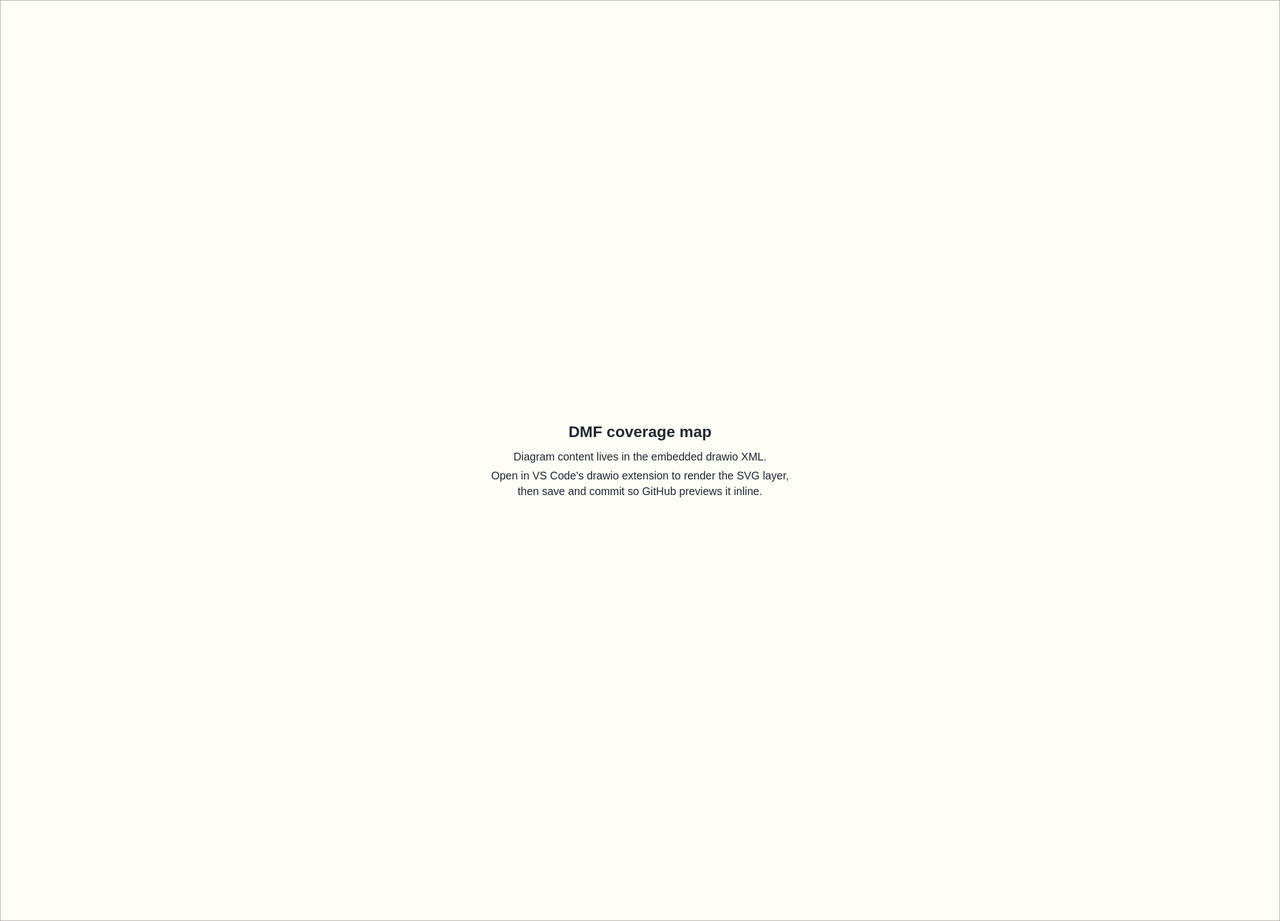
Before: docs/diagrams/dmf-coverage.drawio.svg, a diagram exported from draw.io (qvest-digital/mxl-k8s). Source tidied: cells renumbered, new cells last; positions are measured from the earlier drawing's top-left corner, leaving out a move shared by most shapes.
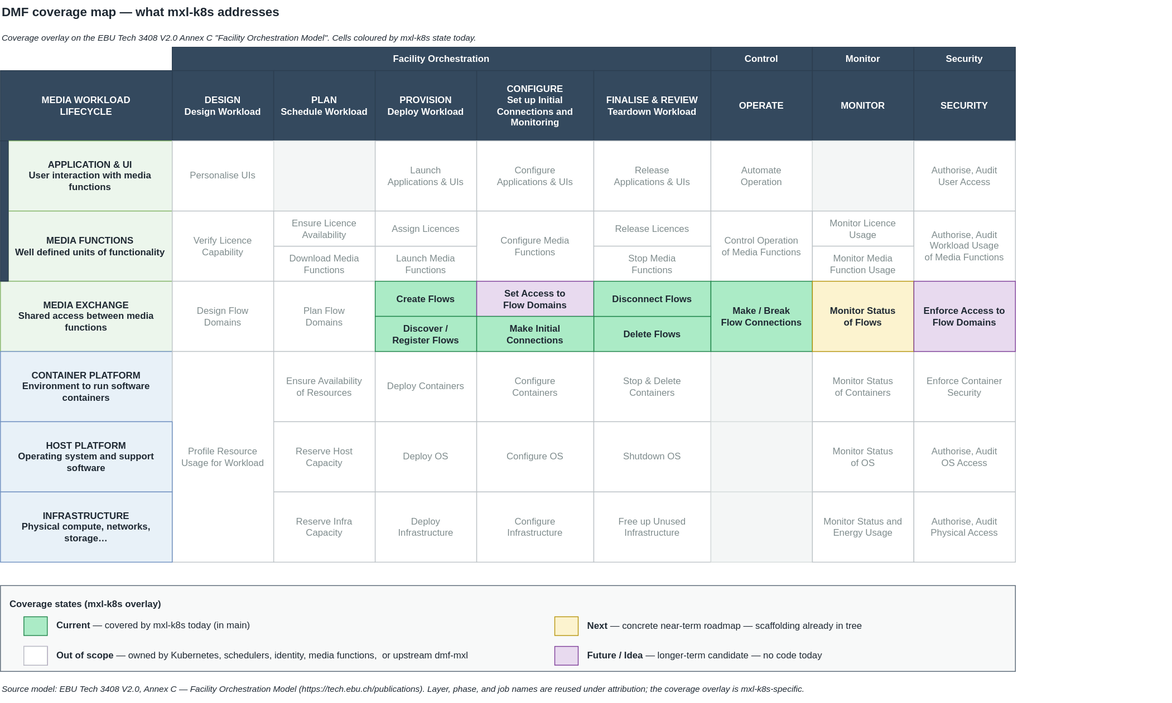
After the change.

Commit message:
docs(usage): render diagrams to SVG and adjust roadmap

.drawio.svg diagrams now carry a rendered SVG body for GitHub web
preview. Roadmap adjusted to reflect actual implementation state.

The edit, as a diff of the source:
```diff
@@ -48,7 +48,7 @@
       <mxGeometry y="90" width="220" height="90" as="geometry" />
     </mxCell>
     <mxCell id="17" value="APPLICATION &amp; UI&#10;User interaction with media functions" style="rounded=0;whiteSpace=wrap;html=1;fillColor=#ecf6ec;strokeColor=#82b366;fontStyle=1;align=center;verticalAlign=middle;fontColor=#1f2933;" parent="1" vertex="1">
-      <mxGeometry y="180" width="220" height="90" as="geometry" />
+      <mxGeometry x="10" y="180" width="210" height="90" as="geometry" />
     </mxCell>
     <mxCell id="18" value="Personalise UIs" style="rounded=0;whiteSpace=wrap;html=1;fillColor=#ffffff;strokeColor=#bdc3c7;fontColor=#7f8c8d;align=center;verticalAlign=middle;" parent="1" vertex="1">
       <mxGeometry x="220" y="180" width="130" height="90" as="geometry" />
@@ -75,28 +75,28 @@
       <mxGeometry x="1170" y="180" width="130" height="90" as="geometry" />
     </mxCell>
     <mxCell id="26" value="MEDIA FUNCTIONS&#10;Well defined units of functionality" style="rounded=0;whiteSpace=wrap;html=1;fillColor=#ecf6ec;strokeColor=#82b366;fontStyle=1;align=center;verticalAlign=middle;fontColor=#1f2933;" parent="1" vertex="1">
-      <mxGeometry y="270" width="220" height="90" as="geometry" />
+      <mxGeometry x="10" y="270" width="210" height="90" as="geometry" />
     </mxCell>
     <mxCell id="27" value="Verify Licence&#10;Capability" style="rounded=0;whiteSpace=wrap;html=1;fillColor=#ffffff;strokeColor=#bdc3c7;fontColor=#7f8c8d;align=center;verticalAlign=middle;" parent="1" vertex="1">
       <mxGeometry x="220" y="270" width="130" height="90" as="geometry" />
     </mxCell>
-    <mxCell id="28" value="Ensure Licence&#10;Availability&#10;— — —&#10;Download Media&#10;Functions" style="rounded=0;whiteSpace=wrap;html=1;fillColor=#ffffff;strokeColor=#bdc3c7;fontColor=#7f8c8d;align=center;verticalAlign=middle;" parent="1" vertex="1">
-      <mxGeometry x="350" y="270" width="130" height="90" as="geometry" />
+    <mxCell id="28" value="Download Media&lt;br&gt;Functions" style="rounded=0;whiteSpace=wrap;html=1;fillColor=#ffffff;strokeColor=#bdc3c7;fontColor=#7f8c8d;align=center;verticalAlign=middle;" parent="1" vertex="1">
+      <mxGeometry x="350" y="315" width="130" height="45" as="geometry" />
     </mxCell>
-    <mxCell id="29" value="Assign Licences&#10;— — —&#10;Launch Media&#10;Functions" style="rounded=0;whiteSpace=wrap;html=1;fillColor=#ffffff;strokeColor=#bdc3c7;fontColor=#7f8c8d;align=center;verticalAlign=middle;" parent="1" vertex="1">
-      <mxGeometry x="480" y="270" width="130" height="90" as="geometry" />
+    <mxCell id="29" value="Launch Media&lt;br&gt;Functions" style="rounded=0;whiteSpace=wrap;html=1;fillColor=#ffffff;strokeColor=#bdc3c7;fontColor=#7f8c8d;align=center;verticalAlign=middle;" parent="1" vertex="1">
+      <mxGeometry x="480" y="315" width="130" height="45" as="geometry" />
     </mxCell>
     <mxCell id="30" value="Configure Media&#10;Functions" style="rounded=0;whiteSpace=wrap;html=1;fillColor=#ffffff;strokeColor=#bdc3c7;fontColor=#7f8c8d;align=center;verticalAlign=middle;" parent="1" vertex="1">
       <mxGeometry x="610" y="270" width="150" height="90" as="geometry" />
     </mxCell>
-    <mxCell id="31" value="Release Licences&#10;— — —&#10;Stop Media&#10;Functions" style="rounded=0;whiteSpace=wrap;html=1;fillColor=#ffffff;strokeColor=#bdc3c7;fontColor=#7f8c8d;align=center;verticalAlign=middle;" parent="1" vertex="1">
-      <mxGeometry x="760" y="270" width="150" height="90" as="geometry" />
+    <mxCell id="31" value="Release Licences" style="rounded=0;whiteSpace=wrap;html=1;fillColor=#ffffff;strokeColor=#bdc3c7;fontColor=#7f8c8d;align=center;verticalAlign=middle;" parent="1" vertex="1">
+      <mxGeometry x="760" y="270" width="150" height="45" as="geometry" />
     </mxCell>
     <mxCell id="32" value="Control Operation&#10;of Media Functions" style="rounded=0;whiteSpace=wrap;html=1;fillColor=#ffffff;strokeColor=#bdc3c7;fontColor=#7f8c8d;align=center;verticalAlign=middle;" parent="1" vertex="1">
       <mxGeometry x="910" y="270" width="130" height="90" as="geometry" />
     </mxCell>
-    <mxCell id="33" value="Monitor Licence&#10;Usage&#10;— — —&#10;Monitor Media&#10;Function Usage" style="rounded=0;whiteSpace=wrap;html=1;fillColor=#ffffff;strokeColor=#bdc3c7;fontColor=#7f8c8d;align=center;verticalAlign=middle;" parent="1" vertex="1">
-      <mxGeometry x="1040" y="270" width="130" height="90" as="geometry" />
+    <mxCell id="33" value="Monitor Licence&lt;br&gt;Usage" style="rounded=0;whiteSpace=wrap;html=1;fillColor=#ffffff;strokeColor=#bdc3c7;fontColor=#7f8c8d;align=center;verticalAlign=middle;" parent="1" vertex="1">
+      <mxGeometry x="1040" y="270" width="130" height="45" as="geometry" />
     </mxCell>
     <mxCell id="34" value="Authorise, Audit&#10;Workload Usage&#10;of Media Functions" style="rounded=0;whiteSpace=wrap;html=1;fillColor=#ffffff;strokeColor=#bdc3c7;fontColor=#7f8c8d;align=center;verticalAlign=middle;" parent="1" vertex="1">
       <mxGeometry x="1170" y="270" width="130" height="90" as="geometry" />
@@ -110,32 +110,17 @@
     <mxCell id="37" value="Plan Flow&#10;Domains" style="rounded=0;whiteSpace=wrap;html=1;fillColor=#ffffff;strokeColor=#bdc3c7;fontColor=#7f8c8d;align=center;verticalAlign=middle;" parent="1" vertex="1">
       <mxGeometry x="350" y="360" width="130" height="90" as="geometry" />
     </mxCell>
-    <mxCell id="38" value="Create Flows&#10;— — —&#10;Discover /&#10;Register Flows" style="rounded=0;whiteSpace=wrap;html=1;fillColor=#abebc6;strokeColor=#1e8449;align=center;verticalAlign=middle;fontStyle=1;fontColor=#1f2933;" parent="1" vertex="1">
-      <mxGeometry x="480" y="360" width="130" height="90" as="geometry" />
+    <mxCell id="38" value="Create Flows" style="rounded=0;whiteSpace=wrap;html=1;fillColor=#abebc6;strokeColor=#1e8449;align=center;verticalAlign=middle;fontStyle=1;fontColor=#1f2933;" parent="1" vertex="1">
+      <mxGeometry x="480" y="360" width="130" height="45" as="geometry" />
     </mxCell>
-    <mxCell id="39" value="Set Access to&#10;Flow Domains" style="rounded=0;whiteSpace=wrap;html=1;fillColor=#e8daef;strokeColor=#7d3c98;align=center;verticalAlign=middle;fontStyle=1;fontColor=#1f2933;" parent="1" vertex="1">
+    <mxCell id="39" value="Set Access to&#10;Flow Domains" style="rounded=0;whiteSpace=wrap;html=1;fillColor=#E8DAEF;strokeColor=#7d3c98;align=center;verticalAlign=middle;fontStyle=1;fontColor=#1f2933;" parent="1" vertex="1">
       <mxGeometry x="610" y="360" width="150" height="45" as="geometry" />
     </mxCell>
-    <mxCell id="40" value="Make Initial&#10;Connections" style="rounded=0;whiteSpace=wrap;html=1;fillColor=#abebc6;strokeColor=#1e8449;align=center;verticalAlign=middle;fontStyle=1;fontColor=#1f2933;" parent="1" vertex="1">
-      <mxGeometry x="610" y="405" width="150" height="45" as="geometry" />
-    </mxCell>
-    <mxCell id="41" value="Disconnect Flows&#10;— — —&#10;Delete Flows" style="rounded=0;whiteSpace=wrap;html=1;fillColor=#abebc6;strokeColor=#1e8449;align=center;verticalAlign=middle;fontStyle=1;fontColor=#1f2933;" parent="1" vertex="1">
-      <mxGeometry x="760" y="360" width="150" height="90" as="geometry" />
-    </mxCell>
-    <mxCell id="42" value="Make / Break&#10;Flow Connections" style="rounded=0;whiteSpace=wrap;html=1;fillColor=#abebc6;strokeColor=#1e8449;align=center;verticalAlign=middle;fontStyle=1;fontColor=#1f2933;" parent="1" vertex="1">
-      <mxGeometry x="910" y="360" width="130" height="90" as="geometry" />
-    </mxCell>
-    <mxCell id="43" value="Monitor Status&#10;of Flows" style="rounded=0;whiteSpace=wrap;html=1;fillColor=#fcf3cf;strokeColor=#b7950b;align=center;verticalAlign=middle;fontStyle=1;fontColor=#1f2933;" parent="1" vertex="1">
-      <mxGeometry x="1040" y="360" width="130" height="90" as="geometry" />
-    </mxCell>
-    <mxCell id="44" value="Enforce Access to&#10;Flow Domains" style="rounded=0;whiteSpace=wrap;html=1;fillColor=#e8daef;strokeColor=#7d3c98;align=center;verticalAlign=middle;fontStyle=1;fontColor=#1f2933;" parent="1" vertex="1">
-      <mxGeometry x="1170" y="360" width="130" height="90" as="geometry" />
-    </mxCell>
     <mxCell id="45" value="CONTAINER PLATFORM&#10;Environment to run software containers" style="rounded=0;whiteSpace=wrap;html=1;fillColor=#e8f1f8;strokeColor=#6c8ebf;fontStyle=1;align=center;verticalAlign=middle;fontColor=#1f2933;" parent="1" vertex="1">
       <mxGeometry y="450" width="220" height="90" as="geometry" />
     </mxCell>
     <mxCell id="46" value="Profile Resource&#10;Usage for Workload" style="rounded=0;whiteSpace=wrap;html=1;fillColor=#ffffff;strokeColor=#bdc3c7;fontColor=#7f8c8d;align=center;verticalAlign=middle;" parent="1" vertex="1">
-      <mxGeometry x="220" y="450" width="130" height="90" as="geometry" />
+      <mxGeometry x="220" y="450" width="130" height="270" as="geometry" />
     </mxCell>
     <mxCell id="47" value="Ensure Availability&#10;of Resources" style="rounded=0;whiteSpace=wrap;html=1;fillColor=#ffffff;strokeColor=#bdc3c7;fontColor=#7f8c8d;align=center;verticalAlign=middle;" parent="1" vertex="1">
       <mxGeometry x="350" y="450" width="130" height="90" as="geometry" />
@@ -161,9 +146,6 @@
     <mxCell id="54" value="HOST PLATFORM&#10;Operating system and support software" style="rounded=0;whiteSpace=wrap;html=1;fillColor=#e8f1f8;strokeColor=#6c8ebf;fontStyle=1;align=center;verticalAlign=middle;fontColor=#1f2933;" parent="1" vertex="1">
       <mxGeometry y="540" width="220" height="90" as="geometry" />
     </mxCell>
-    <mxCell id="55" style="rounded=0;whiteSpace=wrap;html=1;fillColor=#f4f6f6;strokeColor=#d5dbdb;" parent="1" vertex="1">
-      <mxGeometry x="220" y="540" width="130" height="90" as="geometry" />
-    </mxCell>
     <mxCell id="56" value="Reserve Host&#10;Capacity" style="rounded=0;whiteSpace=wrap;html=1;fillColor=#ffffff;strokeColor=#bdc3c7;fontColor=#7f8c8d;align=center;verticalAlign=middle;" parent="1" vertex="1">
       <mxGeometry x="350" y="540" width="130" height="90" as="geometry" />
     </mxCell>
@@ -188,9 +170,6 @@
     <mxCell id="63" value="INFRASTRUCTURE&#10;Physical compute, networks, storage…" style="rounded=0;whiteSpace=wrap;html=1;fillColor=#e8f1f8;strokeColor=#6c8ebf;fontStyle=1;align=center;verticalAlign=middle;fontColor=#1f2933;" parent="1" vertex="1">
       <mxGeometry y="630" width="220" height="90" as="geometry" />
     </mxCell>
-    <mxCell id="64" style="rounded=0;whiteSpace=wrap;html=1;fillColor=#f4f6f6;strokeColor=#d5dbdb;" parent="1" vertex="1">
-      <mxGeometry x="220" y="630" width="130" height="90" as="geometry" />
-    </mxCell>
     <mxCell id="65" value="Reserve Infra&#10;Capacity" style="rounded=0;whiteSpace=wrap;html=1;fillColor=#ffffff;strokeColor=#bdc3c7;fontColor=#7f8c8d;align=center;verticalAlign=middle;" parent="1" vertex="1">
       <mxGeometry x="350" y="630" width="130" height="90" as="geometry" />
     </mxCell>
@@ -213,34 +192,73 @@
       <mxGeometry x="1170" y="630" width="130" height="90" as="geometry" />
     </mxCell>
     <mxCell id="72" value="&lt;b&gt;Coverage states (mxl-k8s overlay)&lt;/b&gt;" style="rounded=0;whiteSpace=wrap;html=1;fillColor=#f8f9f9;strokeColor=#566573;align=left;verticalAlign=top;spacingLeft=10;spacingTop=10;fontColor=#1f2933;" parent="1" vertex="1">
-      <mxGeometry y="750" width="1580" height="110" as="geometry" />
+      <mxGeometry y="750" width="1300" height="110" as="geometry" />
     </mxCell>
     <mxCell id="73" style="rounded=0;whiteSpace=wrap;html=1;fillColor=#abebc6;strokeColor=#1e8449;align=center;verticalAlign=middle;fontStyle=1;fontColor=#1f2933;" parent="1" vertex="1">
       <mxGeometry x="30" y="790" width="30" height="24" as="geometry" />
     </mxCell>
     <mxCell id="74" value="&lt;b&gt;Current&lt;/b&gt; — covered by mxl-k8s today (in main)" style="text;html=1;align=center;verticalAlign=middle;fontColor=#1f2933;align=left;" parent="1" vertex="1">
-      <mxGeometry x="70" y="786" width="700" height="30" as="geometry" />
+      <mxGeometry x="70" y="786" width="470" height="30" as="geometry" />
     </mxCell>
-    <mxCell id="75" style="rounded=0;whiteSpace=wrap;html=1;fillColor=#fcf3cf;strokeColor=#b7950b;align=center;verticalAlign=middle;fontStyle=1;fontColor=#1f2933;" parent="1" vertex="1">
-      <mxGeometry x="30" y="790" width="30" height="24" as="geometry" />
+    <mxCell id="75" style="rounded=0;whiteSpace=wrap;html=1;fillColor=#E8DAEF;strokeColor=#7D3C98;align=center;verticalAlign=middle;fontStyle=1;fontColor=#1f2933;" parent="1" vertex="1">
+      <mxGeometry x="710" y="828" width="30" height="24" as="geometry" />
     </mxCell>
     <mxCell id="76" value="&lt;b&gt;Next&lt;/b&gt; — concrete near-term roadmap — scaffolding already in tree" style="text;html=1;align=center;verticalAlign=middle;fontColor=#1f2933;align=left;" parent="1" vertex="1">
-      <mxGeometry x="70" y="786" width="700" height="30" as="geometry" />
+      <mxGeometry x="750" y="787" width="700" height="30" as="geometry" />
     </mxCell>
     <mxCell id="77" style="rounded=0;whiteSpace=wrap;html=1;fillColor=#e8daef;strokeColor=#7d3c98;align=center;verticalAlign=middle;fontStyle=1;fontColor=#1f2933;" parent="1" vertex="1">
       <mxGeometry x="30" y="828" width="30" height="24" as="geometry" />
     </mxCell>
     <mxCell id="78" value="&lt;b&gt;Future / Idea&lt;/b&gt; — longer-term candidate — no code today" style="text;html=1;align=center;verticalAlign=middle;fontColor=#1f2933;align=left;" parent="1" vertex="1">
-      <mxGeometry x="70" y="824" width="700" height="30" as="geometry" />
+      <mxGeometry x="750" y="825" width="700" height="30" as="geometry" />
     </mxCell>
     <mxCell id="79" style="rounded=0;whiteSpace=wrap;html=1;fillColor=#ffffff;strokeColor=#bdc3c7;fontColor=#7f8c8d;align=center;verticalAlign=middle;" parent="1" vertex="1">
       <mxGeometry x="30" y="828" width="30" height="24" as="geometry" />
     </mxCell>
-    <mxCell id="80" value="&lt;b&gt;Out of scope&lt;/b&gt; — owned by Kubernetes, schedulers, identity, or upstream dmf-mxl" style="text;html=1;align=center;verticalAlign=middle;fontColor=#1f2933;align=left;" parent="1" vertex="1">
-      <mxGeometry x="70" y="824" width="700" height="30" as="geometry" />
+    <mxCell id="80" value="&lt;b&gt;Out of scope&lt;/b&gt; — owned by Kubernetes, schedulers, identity, media functions,&amp;nbsp; or upstream dmf-mxl" style="text;html=1;align=center;verticalAlign=middle;fontColor=#1f2933;align=left;" parent="1" vertex="1">
+      <mxGeometry x="70" y="825" width="470" height="30" as="geometry" />
     </mxCell>
     <mxCell id="81" value="Source model: EBU Tech 3408 V2.0, Annex C — Facility Orchestration Model (https://tech.ebu.ch/publications). Layer, phase, and job names are reused under attribution; the coverage overlay is mxl-k8s-specific." style="text;html=1;align=left;verticalAlign=top;fontSize=11;fontStyle=2;fontColor=#1f2933;" parent="1" vertex="1">
-      <mxGeometry y="870" width="1580" height="30" as="geometry" />
+      <mxGeometry y="870" width="1300" height="30" as="geometry" />
     </mxCell>
+    <mxCell id="82" style="rounded=0;whiteSpace=wrap;html=1;fillColor=#fcf3cf;strokeColor=#b7950b;align=center;verticalAlign=middle;fontStyle=1;fontColor=#1f2933;" parent="1" vertex="1">
+      <mxGeometry x="710" y="790" width="30" height="24" as="geometry" />
+    </mxCell>
+    <mxCell id="83" value="Ensure Licence&lt;br&gt;Availability" style="rounded=0;whiteSpace=wrap;html=1;fillColor=#ffffff;strokeColor=#bdc3c7;fontColor=#7f8c8d;align=center;verticalAlign=middle;" parent="1" vertex="1">
+      <mxGeometry x="350" y="270" width="130" height="45" as="geometry" />
+    </mxCell>
+    <mxCell id="84" value="Assign Licences" style="rounded=0;whiteSpace=wrap;html=1;fillColor=#ffffff;strokeColor=#bdc3c7;fontColor=#7f8c8d;align=center;verticalAlign=middle;" parent="1" vertex="1">
+      <mxGeometry x="480" y="270" width="130" height="45" as="geometry" />
+    </mxCell>
+    <mxCell id="85" value="Stop Media&lt;br&gt;Functions" style="rounded=0;whiteSpace=wrap;html=1;fillColor=#ffffff;strokeColor=#bdc3c7;fontColor=#7f8c8d;align=center;verticalAlign=middle;" parent="1" vertex="1">
+      <mxGeometry x="760" y="315" width="150" height="45" as="geometry" />
+    </mxCell>
+    <mxCell id="86" value="Monitor Media&lt;br&gt;Function Usage" style="rounded=0;whiteSpace=wrap;html=1;fillColor=#ffffff;strokeColor=#bdc3c7;fontColor=#7f8c8d;align=center;verticalAlign=middle;" parent="1" vertex="1">
+      <mxGeometry x="1040" y="315" width="130" height="45" as="geometry" />
+    </mxCell>
+    <mxCell id="87" value="Discover /&lt;br&gt;Register Flows" style="rounded=0;whiteSpace=wrap;html=1;fillColor=#abebc6;strokeColor=#1e8449;align=center;verticalAlign=middle;fontStyle=1;fontColor=#1f2933;" parent="1" vertex="1">
+      <mxGeometry x="480" y="405" width="130" height="45" as="geometry" />
+    </mxCell>
+    <mxCell id="88" value="Delete Flows" style="rounded=0;whiteSpace=wrap;html=1;fillColor=#abebc6;strokeColor=#1e8449;align=center;verticalAlign=middle;fontStyle=1;fontColor=#1f2933;" parent="1" vertex="1">
+      <mxGeometry x="760" y="405" width="150" height="45" as="geometry" />
+    </mxCell>
+    <mxCell id="41" value="Disconnect Flows" style="rounded=0;whiteSpace=wrap;html=1;fillColor=#abebc6;strokeColor=#1e8449;align=center;verticalAlign=middle;fontStyle=1;fontColor=#1f2933;" parent="1" vertex="1">
+      <mxGeometry x="760" y="360" width="150" height="45" as="geometry" />
+    </mxCell>
+    <mxCell id="42" value="Make / Break&#10;Flow Connections" style="rounded=0;whiteSpace=wrap;html=1;fillColor=#abebc6;strokeColor=#1e8449;align=center;verticalAlign=middle;fontStyle=1;fontColor=#1f2933;" parent="1" vertex="1">
+      <mxGeometry x="910" y="360" width="130" height="90" as="geometry" />
+    </mxCell>
+    <mxCell id="43" value="Monitor Status&#10;of Flows" style="rounded=0;whiteSpace=wrap;html=1;fillColor=#fcf3cf;strokeColor=#b7950b;align=center;verticalAlign=middle;fontStyle=1;fontColor=#1f2933;" parent="1" vertex="1">
+      <mxGeometry x="1040" y="360" width="130" height="90" as="geometry" />
+    </mxCell>
+    <mxCell id="44" value="Enforce Access to&#10;Flow Domains" style="rounded=0;whiteSpace=wrap;html=1;fillColor=#e8daef;strokeColor=#7d3c98;align=center;verticalAlign=middle;fontStyle=1;fontColor=#1f2933;" parent="1" vertex="1">
+      <mxGeometry x="1170" y="360" width="130" height="90" as="geometry" />
+    </mxCell>
+    <mxCell id="40" value="Make Initial&#10;Connections" style="rounded=0;whiteSpace=wrap;html=1;fillColor=#abebc6;strokeColor=#1e8449;align=center;verticalAlign=middle;fontStyle=1;fontColor=#1f2933;" parent="1" vertex="1">
+      <mxGeometry x="610" y="405" width="150" height="45" as="geometry" />
+    </mxCell>
+    <mxCell id="89" style="rounded=0;whiteSpace=wrap;html=1;fillColor=#34495e;strokeColor=#2c3e50;fontColor=#ffffff;fontStyle=1;align=center;verticalAlign=middle;" parent="1" vertex="1">
+      <mxGeometry y="180" width="10" height="180" as="geometry" />
+    </mxCell>
   </root>
 </mxGraphModel>
```
